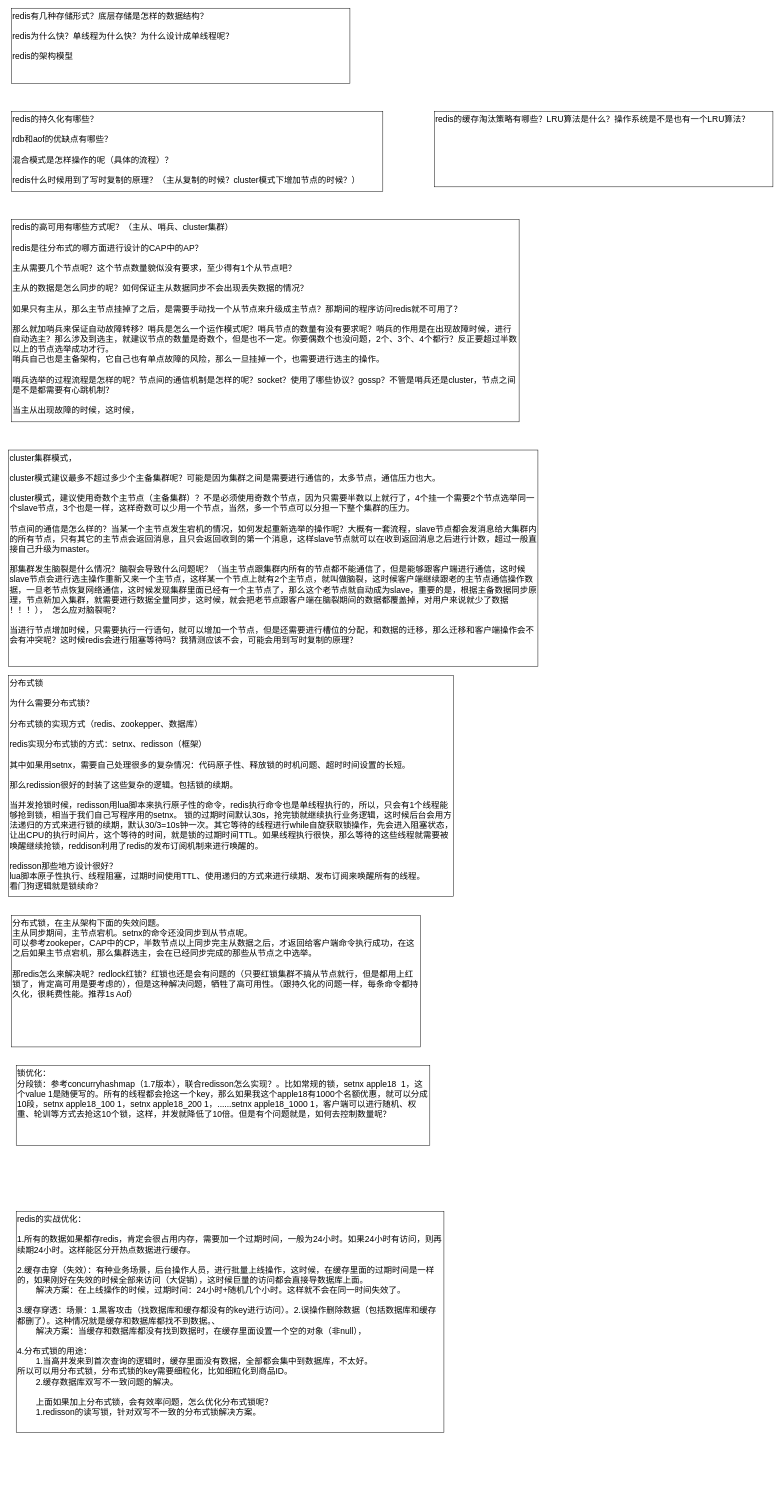
This is JAVA/Redis.drawio from KGwolf/MyDraw, a draw.io file, before an edit. Source tidied: cells renumbered, new cells numbered last; positions are measured from the earlier drawing's top-left corner, leaving out a move shared by most shapes. Both pictures are drawn from the tidied source at 47%, with x=0, y=0 at pixel (8, 8).
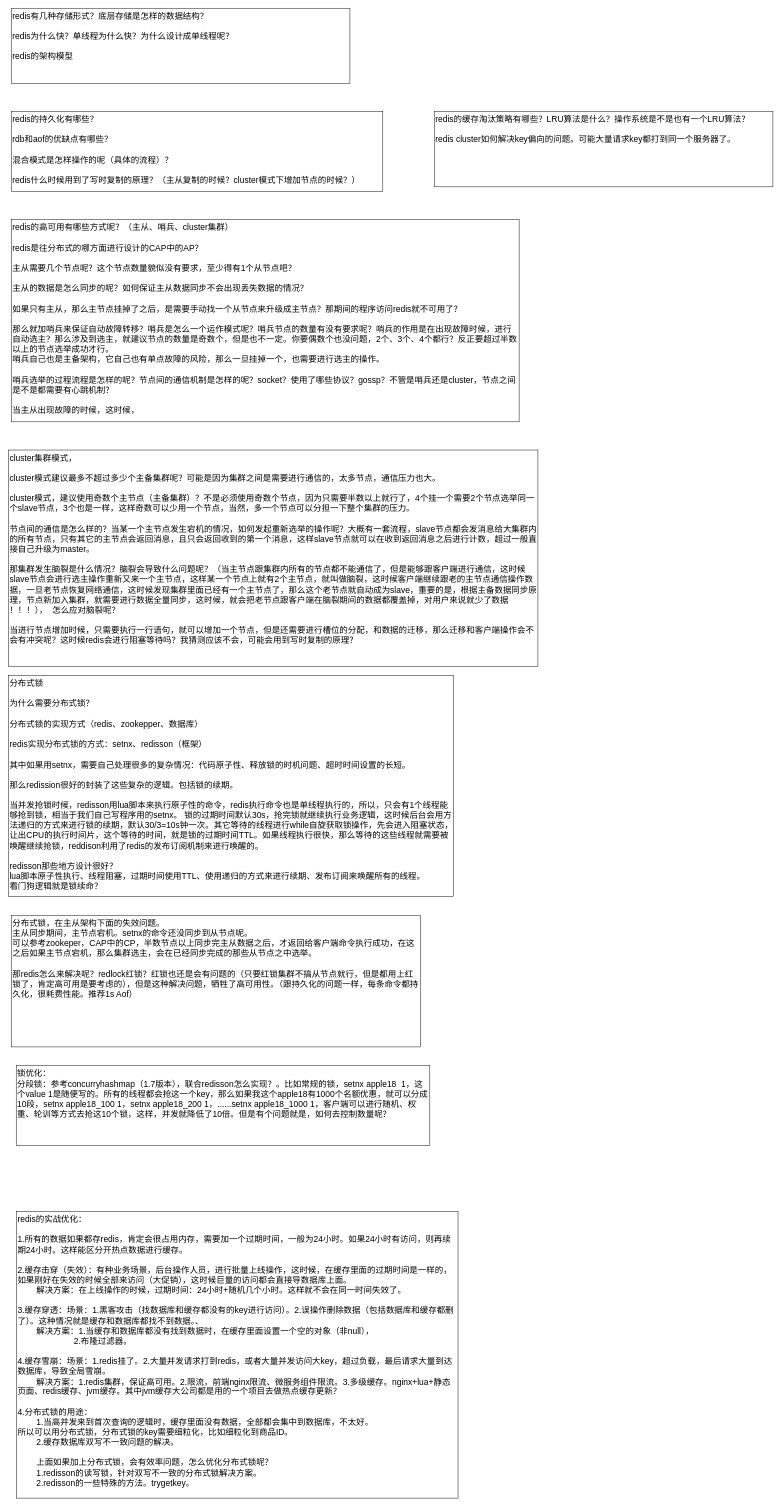
The same diagram, later.

Diff of the diagram source:
```diff
@@
 <mxGraphModel>
   <root>
     <mxCell id="0" />
     <mxCell id="1" parent="0" />
     <mxCell id="2" value="redis有几种存储形式？底层存储是怎样的数据结构？&lt;br&gt;&lt;br&gt;redis为什么快？单线程为什么快？为什么设计成单线程呢？&lt;br&gt;&lt;br&gt;redis的架构模型" style="rounded=0;whiteSpace=wrap;html=1;fontSize=18;align=left;verticalAlign=top;" parent="1" vertex="1">
       <mxGeometry x="6" width="720" height="160" as="geometry" />
     </mxCell>
     <mxCell id="3" value="redis的持久化有哪些？&lt;br&gt;&lt;br&gt;rdb和aof的优缺点有哪些？&lt;br&gt;&lt;br&gt;混合模式是怎样操作的呢（具体的流程）？&lt;br&gt;&lt;br&gt;redis什么时候用到了写时复制的原理？（主从复制的时候？cluster模式下增加节点的时候？）" style="rounded=0;whiteSpace=wrap;html=1;fontSize=18;align=left;verticalAlign=top;" parent="1" vertex="1">
       <mxGeometry x="6" y="220" width="790" height="170" as="geometry" />
     </mxCell>
     <mxCell id="4" value="redis的高可用有哪些方式呢？（主从、哨兵、cluster集群）&lt;br&gt;&lt;br&gt;redis是往分布式的哪方面进行设计的CAP中的AP？&lt;br&gt;&lt;br&gt;主从需要几个节点呢？这个节点数量貌似没有要求，至少得有1个从节点吧？&lt;br&gt;&lt;br&gt;主从的数据是怎么同步的呢？如何保证主从数据同步不会出现丢失数据的情况？&lt;br&gt;&lt;br&gt;如果只有主从，那么主节点挂掉了之后，是需要手动找一个从节点来升级成主节点？那期间的程序访问redis就不可用了？&lt;br&gt;&lt;br&gt;那么就加哨兵来保证自动故障转移？哨兵是怎么一个运作模式呢？哨兵节点的数量有没有要求呢？哨兵的作用是在出现故障时候，进行自动选主？那么涉及到选主，就建议节点的数量是奇数个，但是也不一定。你要偶数个也没问题，2个、3个、4个都行？反正要超过半数以上的节点选举成功才行。&lt;br&gt;哨兵自己也是主备架构，它自己也有单点故障的风险，那么一旦挂掉一个，也需要进行选主的操作。&lt;br&gt;&lt;br&gt;哨兵选举的过程流程是怎样的呢？节点间的通信机制是怎样的呢？socket？使用了哪些协议？gossp？不管是哨兵还是cluster，节点之间是不是都需要有心跳机制？&lt;br&gt;&lt;br&gt;当主从出现故障的时候，这时候，" style="rounded=0;whiteSpace=wrap;html=1;fontSize=18;align=left;verticalAlign=top;" parent="1" vertex="1">
       <mxGeometry x="6" y="450" width="1080" height="430" as="geometry" />
     </mxCell>
-    <mxCell id="5" value="redis的缓存淘汰策略有哪些？LRU算法是什么？操作系统是不是也有一个LRU算法？" style="rounded=0;whiteSpace=wrap;html=1;fontSize=18;align=left;verticalAlign=top;" parent="1" vertex="1">
+    <mxCell id="5" value="redis的缓存淘汰策略有哪些？LRU算法是什么？操作系统是不是也有一个LRU算法？&lt;br&gt;&lt;br&gt;redis cluster如何解决key偏向的问题。可能大量请求key都打到同一个服务器了。" style="rounded=0;whiteSpace=wrap;html=1;fontSize=18;align=left;verticalAlign=top;" parent="1" vertex="1">
       <mxGeometry x="906" y="220" width="720" height="160" as="geometry" />
     </mxCell>
     <mxCell id="6" value="cluster集群模式，&lt;br&gt;&lt;br&gt;cluster模式建议最多不超过多少个主备集群呢？可能是因为集群之间是需要进行通信的，太多节点，通信压力也大。&lt;br&gt;&lt;br&gt;cluster模式，建议使用奇数个主节点（主备集群）？不是必须使用奇数个节点，因为只需要半数以上就行了，4个挂一个需要2个节点选举同一个slave节点，3个也是一样，这样奇数可以少用一个节点，当然，多一个节点可以分担一下整个集群的压力。&lt;br&gt;&lt;br&gt;节点间的通信是怎么样的？当某一个主节点发生宕机的情况，如何发起重新选举的操作呢？大概有一套流程，slave节点都会发消息给大集群内的所有节点，只有其它的主节点会返回消息，且只会返回收到的第一个消息，这样slave节点就可以在收到返回消息之后进行计数，超过一般直接自己升级为master。&lt;br&gt;&lt;br&gt;那集群发生脑裂是什么情况？脑裂会导致什么问题呢？（当主节点跟集群内所有的节点都不能通信了，但是能够跟客户端进行通信，这时候slave节点会进行选主操作重新又来一个主节点，这样某一个节点上就有2个主节点，就叫做脑裂，这时候客户端继续跟老的主节点通信操作数据，一旦老节点恢复网络通信，这时候发现集群里面已经有一个主节点了，那么这个老节点就自动成为slave，重要的是，根据主备数据同步原理，节点新加入集群，就需要进行数据全量同步，这时候，就会把老节点跟客户端在脑裂期间的数据都覆盖掉，对用户来说就少了数据&lt;br&gt;！！！），&amp;nbsp; 怎么应对脑裂呢？&lt;br&gt;&lt;br&gt;当进行节点增加时候，只需要执行一行语句，就可以增加一个节点，但是还需要进行槽位的分配，和数据的迁移，那么迁移和客户端操作会不会有冲突呢？这时候redis会进行阻塞等待吗？我猜测应该不会，可能会用到写时复制的原理？" style="rounded=0;whiteSpace=wrap;html=1;fontSize=18;align=left;verticalAlign=top;" parent="1" vertex="1">
       <mxGeometry x="-0.5" y="940" width="1126.5" height="460" as="geometry" />
     </mxCell>
     <mxCell id="7" value="分布式锁&lt;br&gt;&lt;br&gt;为什么需要分布式锁？&lt;br&gt;&lt;br&gt;分布式锁的实现方式（redis、zookepper、数据库）&lt;br&gt;&lt;br&gt;redis实现分布式锁的方式：setnx、redisson（框架）&lt;br&gt;&lt;br&gt;其中如果用setnx，需要自己处理很多的复杂情况：代码原子性、释放锁的时机问题、超时时间设置的长短。&lt;br&gt;&lt;br&gt;那么redission很好的封装了这些复杂的逻辑。包括锁的续期。&lt;br&gt;&lt;br&gt;当并发抢锁时候，redisson用lua脚本来执行原子性的命令，redis执行命令也是单线程执行的，所以，只会有1个线程能够抢到锁，相当于我们自己写程序用的setnx。 锁的过期时间默认30s，抢完锁就继续执行业务逻辑，这时候后台会用方法递归的方式来进行锁的续期，默认30/3=10s钟一次。其它等待的线程进行while自旋获取锁操作，先会进入阻塞状态，让出CPU的执行时间片，这个等待的时间，就是锁的过期时间TTL。如果线程执行很快，那么等待的这些线程就需要被唤醒继续抢锁，reddison利用了redis的发布订阅机制来进行唤醒的。&lt;br&gt;&lt;br&gt;redisson那些地方设计很好？&lt;br&gt;lua脚本原子性执行、线程阻塞，过期时间使用TTL、使用递归的方式来进行续期、发布订阅来唤醒所有的线程。&lt;br&gt;看门狗逻辑就是锁续命？" style="rounded=0;whiteSpace=wrap;html=1;fontSize=18;align=left;verticalAlign=top;" parent="1" vertex="1">
       <mxGeometry x="-0.5" y="1420" width="946.5" height="470" as="geometry" />
     </mxCell>
     <mxCell id="8" value="分布式锁，在主从架构下面的失效问题。&lt;br&gt;主从同步期间，主节点宕机。setnx的命令还没同步到从节点呢。&lt;br&gt;可以参考zookeper，CAP中的CP，半数节点以上同步完主从数据之后，才返回给客户端命令执行成功，在这之后如果主节点宕机，那么集群选主，会在已经同步完成的那些从节点之中选举。&lt;br&gt;&lt;br&gt;那redis怎么来解决呢？redlock红锁？红锁也还是会有问题的（只要红锁集群不搞从节点就行，但是都用上红锁了，肯定高可用是要考虑的），但是这种解决问题，牺牲了高可用性。（跟持久化的问题一样，每条命令都持久化，很耗费性能。推荐1s Aof）" style="rounded=0;whiteSpace=wrap;html=1;fontSize=18;align=left;verticalAlign=top;" parent="1" vertex="1">
       <mxGeometry x="6" y="1930" width="870" height="280" as="geometry" />
     </mxCell>
     <mxCell id="9" value="锁优化：&lt;br&gt;分段锁：参考concurryhashmap（1.7版本），联合redisson怎么实现？。比如常规的锁，setnx apple18&amp;nbsp; 1，这个value 1是随便写的。所有的线程都会抢这一个key，那么如果我这个apple18有1000个名额优惠，就可以分成10段，setnx apple18_100 1，setnx apple18_200 1，......setnx apple18_1000 1，客户端可以进行随机、权重、轮训等方式去抢这10个锁，这样，并发就降低了10倍。但是有个问题就是，如何去控制数量呢？" style="rounded=0;whiteSpace=wrap;html=1;fontSize=18;align=left;verticalAlign=top;" parent="1" vertex="1">
       <mxGeometry x="16" y="2250" width="880" height="170" as="geometry" />
     </mxCell>
-    <mxCell id="10" value="redis的实战优化：&lt;br&gt;&lt;br&gt;1.所有的数据如果都存redis，肯定会很占用内存，需要加一个过期时间，一般为24小时。如果24小时有访问，则再续期24小时。这样能区分开热点数据进行缓存。&lt;br&gt;&lt;br&gt;2.缓存击穿（失效）：有种业务场景，后台操作人员，进行批量上线操作，这时候，在缓存里面的过期时间是一样的，如果刚好在失效的时候全部来访问（大促销），这时候巨量的访问都会直接导数据库上面。&lt;br&gt;&lt;span style=&quot;white-space: pre;&quot;&gt;&#9;&lt;/span&gt;解决方案：在上线操作的时候，过期时间：24小时+随机几个小时。这样就不会在同一时间失效了。&lt;br&gt;&lt;br&gt;3.缓存穿透：场景：1.黑客攻击（找数据库和缓存都没有的key进行访问）。2.误操作删除数据（包括数据库和缓存都删了）。这种情况就是缓存和数据库都找不到数据。、&lt;br&gt;&lt;span style=&quot;white-space: pre;&quot;&gt;&#9;&lt;/span&gt;解决方案：当缓存和数据库都没有找到数据时，在缓存里面设置一个空的对象（非null），&lt;br&gt;&lt;br&gt;4.分布式锁的用途：&lt;br&gt;&lt;span style=&quot;white-space: pre;&quot;&gt;&#9;&lt;/span&gt;1.当高并发来到首次查询的逻辑时，缓存里面没有数据，全部都会集中到数据库，不太好。&lt;br&gt;所以可以用分布式锁，分布式锁的key需要细粒化，比如细粒化到商品ID。&lt;br&gt;&lt;span style=&quot;white-space: pre;&quot;&gt;&#9;&lt;/span&gt;2.缓存数据库双写不一致问题的解决。&lt;br&gt;&lt;br&gt;&lt;span style=&quot;white-space: pre;&quot;&gt;&#9;&lt;/span&gt;上面如果加上分布式锁，会有效率问题，怎么优化分布式锁呢？&lt;br&gt;&lt;span style=&quot;white-space: pre;&quot;&gt;&#9;&lt;/span&gt;1.redisson的读写锁，针对双写不一致的分布式锁解决方案。" style="rounded=0;whiteSpace=wrap;html=1;fontSize=18;align=left;verticalAlign=top;" parent="1" vertex="1">
-      <mxGeometry x="16" y="2560" width="910" height="470" as="geometry" />
+    <mxCell id="10" value="redis的实战优化：&lt;br&gt;&lt;br&gt;1.所有的数据如果都存redis，肯定会很占用内存，需要加一个过期时间，一般为24小时。如果24小时有访问，则再续期24小时。这样能区分开热点数据进行缓存。&lt;br&gt;&lt;br&gt;2.缓存击穿（失效）：有种业务场景，后台操作人员，进行批量上线操作，这时候，在缓存里面的过期时间是一样的，如果刚好在失效的时候全部来访问（大促销），这时候巨量的访问都会直接导数据库上面。&lt;br&gt;&lt;span style=&quot;white-space: pre;&quot;&gt;&#9;&lt;/span&gt;解决方案：在上线操作的时候，过期时间：24小时+随机几个小时。这样就不会在同一时间失效了。&lt;br&gt;&lt;br&gt;3.缓存穿透：场景：1.黑客攻击（找数据库和缓存都没有的key进行访问）。2.误操作删除数据（包括数据库和缓存都删了）。这种情况就是缓存和数据库都找不到数据。、&lt;br&gt;&lt;span style=&quot;white-space: pre;&quot;&gt;&#9;&lt;/span&gt;解决方案：1.当缓存和数据库都没有找到数据时，在缓存里面设置一个空的对象（非null），&lt;br&gt;&lt;span style=&quot;white-space: pre;&quot;&gt;&#9;&lt;/span&gt;&lt;span style=&quot;white-space: pre;&quot;&gt;&#9;&lt;/span&gt;&lt;span style=&quot;white-space: pre;&quot;&gt;&#9;&lt;/span&gt;2.布隆过滤器。&lt;br&gt;&lt;br&gt;4.缓存雪崩：场景：1.redis挂了。2.大量并发请求打到redis，或者大量并发访问大key，超过负载，最后请求大量到达数据库，导致全局雪崩。&lt;br&gt;&lt;span style=&quot;white-space: pre;&quot;&gt;&#9;&lt;/span&gt;解决方案：1.redis集群，保证高可用。2.限流，前端nginx限流、微服务组件限流。3.多级缓存。nginx+lua+静态页面、redis缓存、jvm缓存。其中jvm缓存大公司都是用的一个项目去做热点缓存更新？&lt;br&gt;&lt;br&gt;4.分布式锁的用途：&lt;br&gt;&lt;span style=&quot;white-space: pre;&quot;&gt;&#9;&lt;/span&gt;1.当高并发来到首次查询的逻辑时，缓存里面没有数据，全部都会集中到数据库，不太好。&lt;br&gt;所以可以用分布式锁，分布式锁的key需要细粒化，比如细粒化到商品ID。&lt;br&gt;&lt;span style=&quot;white-space: pre;&quot;&gt;&#9;&lt;/span&gt;2.缓存数据库双写不一致问题的解决。&lt;br&gt;&lt;br&gt;&lt;span style=&quot;white-space: pre;&quot;&gt;&#9;&lt;/span&gt;上面如果加上分布式锁，会有效率问题，怎么优化分布式锁呢？&lt;br&gt;&lt;span style=&quot;white-space: pre;&quot;&gt;&#9;&lt;/span&gt;1.redisson的读写锁，针对双写不一致的分布式锁解决方案。&lt;br&gt;&lt;span style=&quot;white-space: pre;&quot;&gt;&#9;&lt;/span&gt;2.redisson的一些特殊的方法。trygetkey。" style="rounded=0;whiteSpace=wrap;html=1;fontSize=18;align=left;verticalAlign=top;" parent="1" vertex="1">
+      <mxGeometry x="17" y="2560" width="939" height="610" as="geometry" />
     </mxCell>
   </root>
 </mxGraphModel>
```
